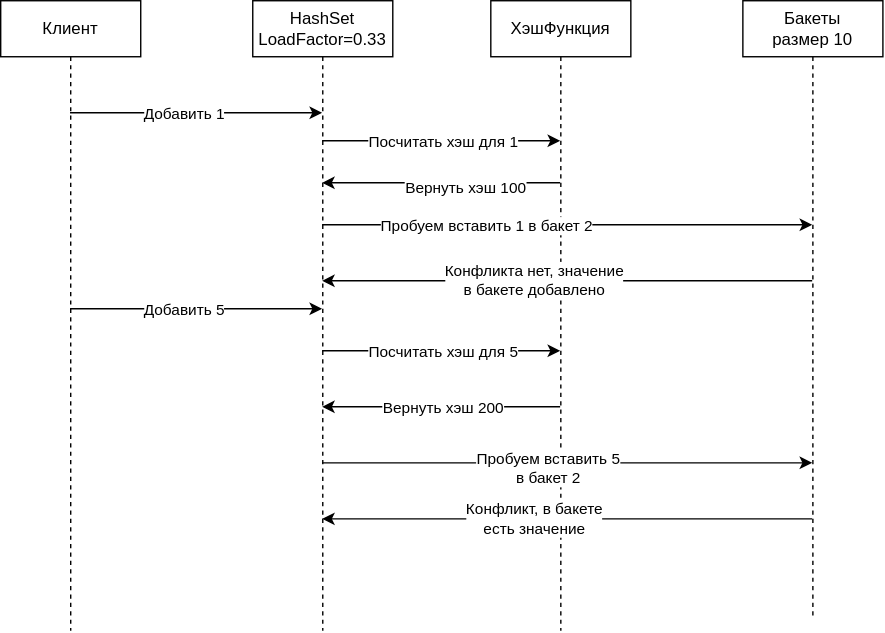
The draw.io diagram База/Структуры данных/2. Быстро находить данные и проверять условия/2.3. Проверять принадлежность и уникальность/Множество (Set)/HashSet/schemes/ПроцессВставки.drawio.svg in kosukhin/catalog, before a commit. Source tidied: cells renumbered, new cells last; positions are measured from the earlier drawing's top-left corner, leaving out a move shared by most shapes.
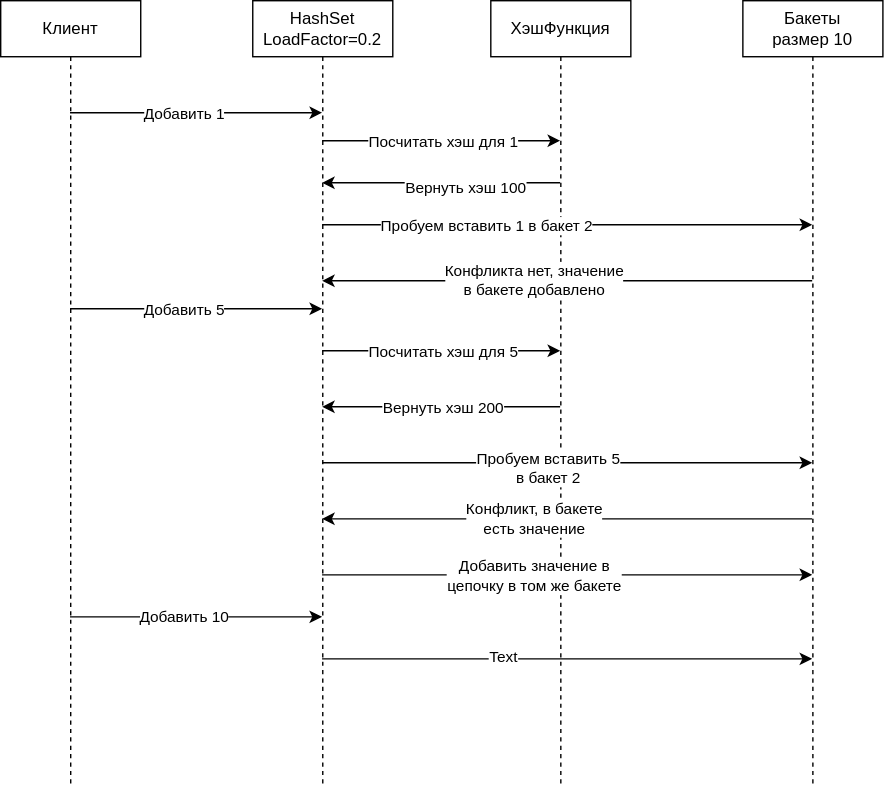
The same diagram one commit later.

Diff of the diagram source:
```diff
@@ -3,16 +3,16 @@
     <mxCell id="0" />
     <mxCell id="1" parent="0" />
     <mxCell id="2" value="Клиент" style="shape=umlLifeline;perimeter=lifelinePerimeter;whiteSpace=wrap;html=1;outlineConnect=0;portConstraint=eastwest;newEdgeStyle={&quot;edgeStyle&quot;:&quot;sequenceEdgeStyle&quot;,&quot;libavoidRouting&quot;:0,&quot;curved&quot;:0,&quot;rounded&quot;:0};" parent="1" vertex="1">
-      <mxGeometry width="100" height="450" as="geometry" />
+      <mxGeometry width="100" height="560" as="geometry" />
     </mxCell>
-    <mxCell id="3" value="HashSet&lt;div&gt;LoadFactor=0.33&lt;/div&gt;" style="shape=umlLifeline;perimeter=lifelinePerimeter;whiteSpace=wrap;html=1;outlineConnect=0;portConstraint=eastwest;newEdgeStyle={&quot;edgeStyle&quot;:&quot;sequenceEdgeStyle&quot;,&quot;libavoidRouting&quot;:0,&quot;curved&quot;:0,&quot;rounded&quot;:0};" parent="1" vertex="1">
-      <mxGeometry x="180" width="100" height="450" as="geometry" />
+    <mxCell id="3" value="HashSet&lt;div&gt;LoadFactor=0.2&lt;/div&gt;" style="shape=umlLifeline;perimeter=lifelinePerimeter;whiteSpace=wrap;html=1;outlineConnect=0;portConstraint=eastwest;newEdgeStyle={&quot;edgeStyle&quot;:&quot;sequenceEdgeStyle&quot;,&quot;libavoidRouting&quot;:0,&quot;curved&quot;:0,&quot;rounded&quot;:0};" parent="1" vertex="1">
+      <mxGeometry x="180" width="100" height="560" as="geometry" />
     </mxCell>
     <mxCell id="4" value="ХэшФункция" style="shape=umlLifeline;perimeter=lifelinePerimeter;whiteSpace=wrap;html=1;outlineConnect=0;portConstraint=eastwest;newEdgeStyle={&quot;edgeStyle&quot;:&quot;sequenceEdgeStyle&quot;,&quot;libavoidRouting&quot;:0,&quot;curved&quot;:0,&quot;rounded&quot;:0};" parent="1" vertex="1">
-      <mxGeometry x="350" width="100" height="450" as="geometry" />
+      <mxGeometry x="350" width="100" height="560" as="geometry" />
     </mxCell>
     <mxCell id="5" value="Бакеты&lt;div&gt;размер 10&lt;/div&gt;" style="shape=umlLifeline;perimeter=lifelinePerimeter;whiteSpace=wrap;html=1;outlineConnect=0;portConstraint=eastwest;newEdgeStyle={&quot;edgeStyle&quot;:&quot;sequenceEdgeStyle&quot;,&quot;libavoidRouting&quot;:0,&quot;curved&quot;:0,&quot;rounded&quot;:0};" parent="1" vertex="1">
-      <mxGeometry x="530" width="100" height="440" as="geometry" />
+      <mxGeometry x="530" width="100" height="560" as="geometry" />
     </mxCell>
     <mxCell id="6" style="edgeStyle=sequenceEdgeStyle;html=1;libavoidRouting=0;curved=0;rounded=0;" parent="1" edge="1" source="2" target="3">
       <mxGeometry relative="1" as="geometry">
@@ -134,5 +134,39 @@
         <mxPoint x="19" as="offset" />
       </mxGeometry>
     </mxCell>
+    <mxCell id="26" style="edgeStyle=sequenceEdgeStyle;html=1;libavoidRouting=0;curved=0;rounded=0;" parent="1" edge="1" source="3" target="5">
+      <mxGeometry relative="1" as="geometry">
+        <Array as="points">
+          <mxPoint x="560" y="410" />
+        </Array>
+      </mxGeometry>
+    </mxCell>
+    <mxCell id="27" value="Добавить значение в&amp;nbsp;&lt;div&gt;цепочку в том же бакете&lt;/div&gt;" style="edgeLabel;html=1;align=center;verticalAlign=middle;" parent="26" vertex="1">
+      <mxGeometry x="-0.36" y="-1" relative="1" as="geometry">
+        <mxPoint x="38" y="-1" as="offset" />
+      </mxGeometry>
+    </mxCell>
+    <mxCell id="28" style="edgeStyle=sequenceEdgeStyle;html=1;libavoidRouting=0;curved=0;rounded=0;" parent="1" edge="1" source="2" target="3">
+      <mxGeometry relative="1" as="geometry">
+        <Array as="points">
+          <mxPoint x="210" y="440" />
+        </Array>
+      </mxGeometry>
+    </mxCell>
+    <mxCell id="29" value="Добавить 10" style="edgeLabel;html=1;align=center;verticalAlign=middle;" parent="28" vertex="1">
+      <mxGeometry x="0.37" y="1" relative="1" as="geometry">
+        <mxPoint x="-42" as="offset" />
+      </mxGeometry>
+    </mxCell>
+    <mxCell id="30" style="edgeStyle=sequenceEdgeStyle;html=1;libavoidRouting=0;curved=0;rounded=0;" parent="1" edge="1" source="3" target="5">
+      <mxGeometry relative="1" as="geometry">
+        <Array as="points">
+          <mxPoint x="560" y="470" />
+        </Array>
+      </mxGeometry>
+    </mxCell>
+    <mxCell id="31" value="Text" style="edgeLabel;html=1;align=center;verticalAlign=middle;" parent="30" vertex="1">
+      <mxGeometry x="-0.27" y="2" relative="1" as="geometry" />
+    </mxCell>
   </root>
 </mxGraphModel>
```
